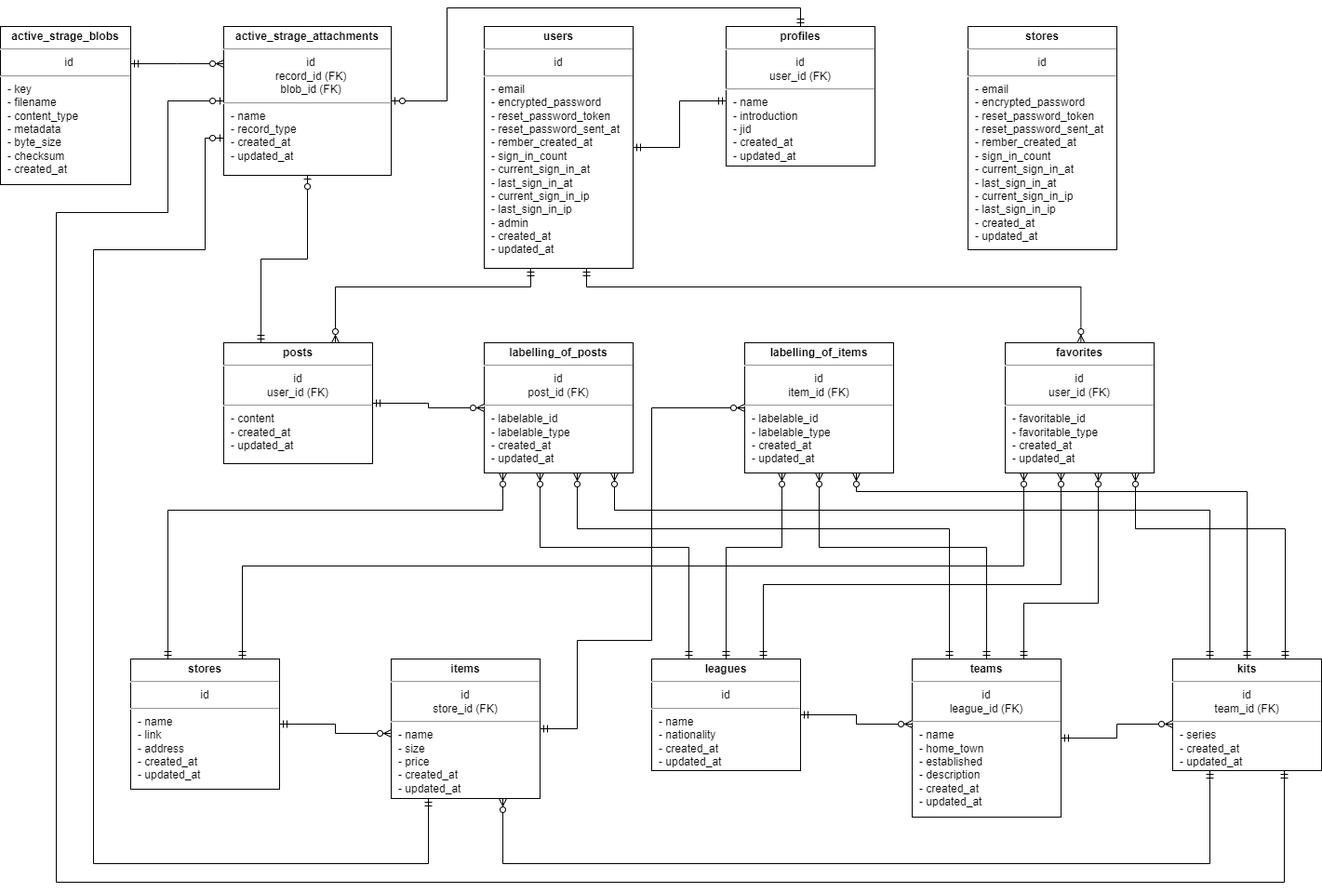
taiki-naya/App_01 keeps this draw.io diagram as docs/ERD.png. Above is the earlier version. Source tidied: cells renumbered, new cells last; positions are measured from the earlier drawing's top-left corner, leaving out a move shared by most shapes.
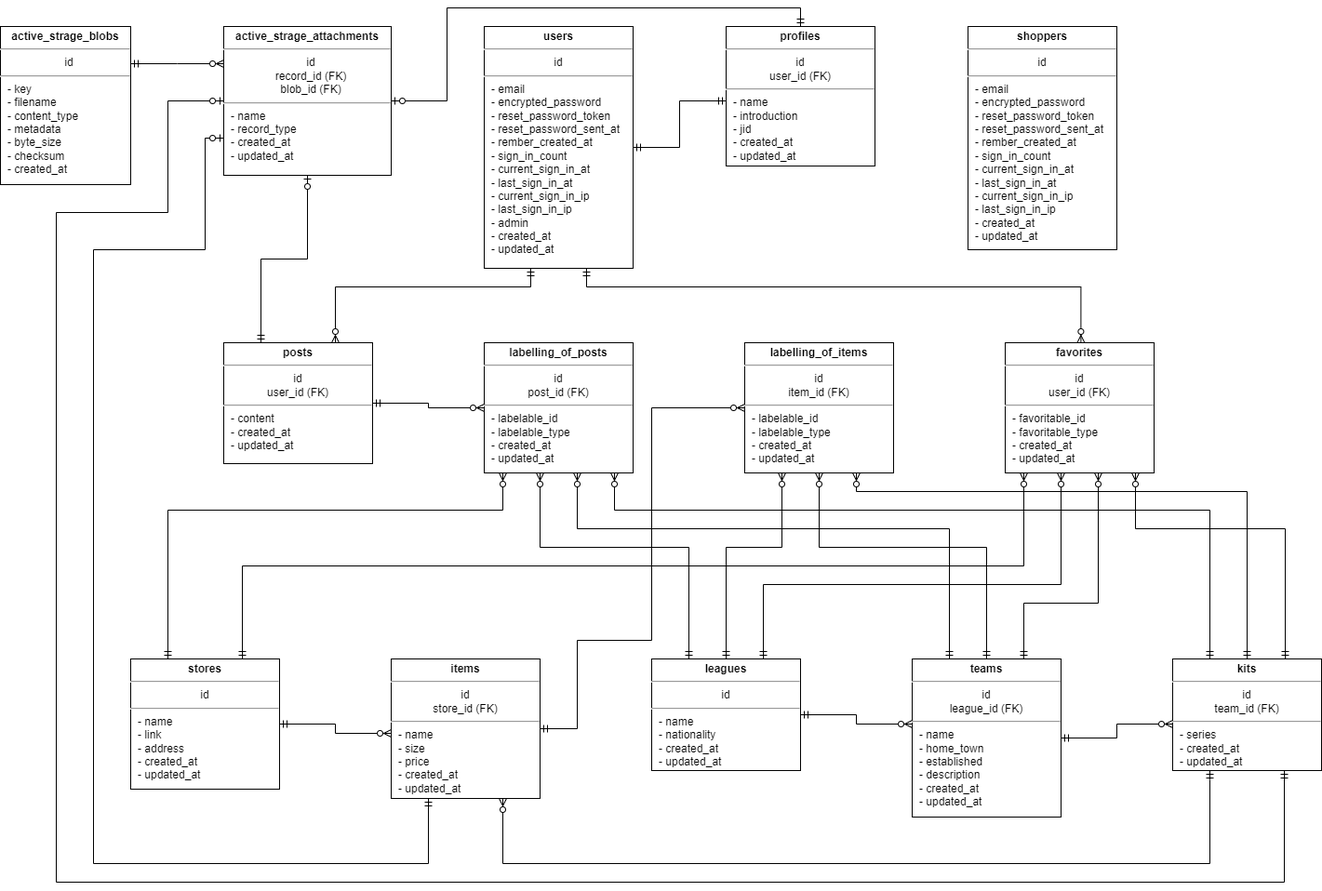
Above is the later version.

Change to the diagram source:
```diff
@@ -74,7 +74,7 @@
     <mxCell id="11" value="&lt;p style=&quot;margin: 4px 0px 0px ; text-align: center&quot;&gt;&lt;b&gt;users&lt;/b&gt;&lt;/p&gt;&lt;hr&gt;&lt;div style=&quot;text-align: center&quot;&gt;&lt;span style=&quot;font-size: 12px&quot;&gt;id&lt;/span&gt;&lt;/div&gt;&lt;hr&gt;&lt;p style=&quot;margin: 0px ; margin-left: 8px&quot;&gt;- email&lt;/p&gt;&lt;p style=&quot;margin: 0px ; margin-left: 8px&quot;&gt;- encrypted_password&lt;/p&gt;&lt;p style=&quot;margin: 0px ; margin-left: 8px&quot;&gt;- reset_password_token&lt;/p&gt;&lt;p style=&quot;margin: 0px ; margin-left: 8px&quot;&gt;- reset_password_sent_at&lt;/p&gt;&lt;p style=&quot;margin: 0px ; margin-left: 8px&quot;&gt;- rember_created_at&lt;/p&gt;&lt;p style=&quot;margin: 0px ; margin-left: 8px&quot;&gt;- sign_in_count&lt;/p&gt;&lt;p style=&quot;margin: 0px ; margin-left: 8px&quot;&gt;- current_sign_in_at&lt;/p&gt;&lt;p style=&quot;margin: 0px ; margin-left: 8px&quot;&gt;- last_sign_in_at&lt;/p&gt;&lt;p style=&quot;margin: 0px ; margin-left: 8px&quot;&gt;- current_sign_in_ip&lt;/p&gt;&lt;p style=&quot;margin: 0px ; margin-left: 8px&quot;&gt;- last_sign_in_ip&lt;/p&gt;&lt;p style=&quot;margin: 0px ; margin-left: 8px&quot;&gt;- admin&lt;/p&gt;&lt;p style=&quot;margin: 0px ; margin-left: 8px&quot;&gt;- created_at&lt;/p&gt;&lt;p style=&quot;margin: 0px ; margin-left: 8px&quot;&gt;- updated_at&lt;/p&gt;" style="verticalAlign=top;align=left;overflow=fill;fontSize=12;fontFamily=Helvetica;html=1;" parent="1" vertex="1">
       <mxGeometry x="520" y="20" width="160" height="260" as="geometry" />
     </mxCell>
-    <mxCell id="12" value="&lt;p style=&quot;margin: 4px 0px 0px ; text-align: center&quot;&gt;&lt;b&gt;stores&lt;/b&gt;&lt;/p&gt;&lt;hr&gt;&lt;div style=&quot;text-align: center&quot;&gt;&lt;span style=&quot;font-size: 12px&quot;&gt;id&lt;/span&gt;&lt;/div&gt;&lt;hr&gt;&lt;p style=&quot;margin: 0px ; margin-left: 8px&quot;&gt;- email&lt;/p&gt;&lt;p style=&quot;margin: 0px ; margin-left: 8px&quot;&gt;- encrypted_password&lt;/p&gt;&lt;p style=&quot;margin: 0px ; margin-left: 8px&quot;&gt;- reset_password_token&lt;/p&gt;&lt;p style=&quot;margin: 0px ; margin-left: 8px&quot;&gt;- reset_password_sent_at&lt;/p&gt;&lt;p style=&quot;margin: 0px ; margin-left: 8px&quot;&gt;- rember_created_at&lt;/p&gt;&lt;p style=&quot;margin: 0px ; margin-left: 8px&quot;&gt;- sign_in_count&lt;/p&gt;&lt;p style=&quot;margin: 0px ; margin-left: 8px&quot;&gt;- current_sign_in_at&lt;/p&gt;&lt;p style=&quot;margin: 0px ; margin-left: 8px&quot;&gt;- last_sign_in_at&lt;/p&gt;&lt;p style=&quot;margin: 0px ; margin-left: 8px&quot;&gt;- current_sign_in_ip&lt;/p&gt;&lt;p style=&quot;margin: 0px ; margin-left: 8px&quot;&gt;- last_sign_in_ip&lt;/p&gt;&lt;p style=&quot;margin: 0px ; margin-left: 8px&quot;&gt;- created_at&lt;/p&gt;&lt;p style=&quot;margin: 0px ; margin-left: 8px&quot;&gt;- updated_at&lt;/p&gt;" style="verticalAlign=top;align=left;overflow=fill;fontSize=12;fontFamily=Helvetica;html=1;" parent="1" vertex="1">
+    <mxCell id="12" value="&lt;p style=&quot;margin: 4px 0px 0px ; text-align: center&quot;&gt;&lt;b&gt;shoppers&lt;/b&gt;&lt;/p&gt;&lt;hr&gt;&lt;div style=&quot;text-align: center&quot;&gt;&lt;span style=&quot;font-size: 12px&quot;&gt;id&lt;/span&gt;&lt;/div&gt;&lt;hr&gt;&lt;p style=&quot;margin: 0px ; margin-left: 8px&quot;&gt;- email&lt;/p&gt;&lt;p style=&quot;margin: 0px ; margin-left: 8px&quot;&gt;- encrypted_password&lt;/p&gt;&lt;p style=&quot;margin: 0px ; margin-left: 8px&quot;&gt;- reset_password_token&lt;/p&gt;&lt;p style=&quot;margin: 0px ; margin-left: 8px&quot;&gt;- reset_password_sent_at&lt;/p&gt;&lt;p style=&quot;margin: 0px ; margin-left: 8px&quot;&gt;- rember_created_at&lt;/p&gt;&lt;p style=&quot;margin: 0px ; margin-left: 8px&quot;&gt;- sign_in_count&lt;/p&gt;&lt;p style=&quot;margin: 0px ; margin-left: 8px&quot;&gt;- current_sign_in_at&lt;/p&gt;&lt;p style=&quot;margin: 0px ; margin-left: 8px&quot;&gt;- last_sign_in_at&lt;/p&gt;&lt;p style=&quot;margin: 0px ; margin-left: 8px&quot;&gt;- current_sign_in_ip&lt;/p&gt;&lt;p style=&quot;margin: 0px ; margin-left: 8px&quot;&gt;- last_sign_in_ip&lt;/p&gt;&lt;p style=&quot;margin: 0px ; margin-left: 8px&quot;&gt;- created_at&lt;/p&gt;&lt;p style=&quot;margin: 0px ; margin-left: 8px&quot;&gt;- updated_at&lt;/p&gt;" style="verticalAlign=top;align=left;overflow=fill;fontSize=12;fontFamily=Helvetica;html=1;" parent="1" vertex="1">
       <mxGeometry x="1040" y="20" width="160" height="240" as="geometry" />
     </mxCell>
     <mxCell id="13" value="&lt;p style=&quot;margin: 4px 0px 0px ; text-align: center&quot;&gt;&lt;b&gt;profiles&lt;/b&gt;&lt;/p&gt;&lt;hr&gt;&lt;div style=&quot;text-align: center&quot;&gt;&lt;span style=&quot;font-size: 12px&quot;&gt;id&lt;/span&gt;&lt;/div&gt;&lt;div style=&quot;text-align: center&quot;&gt;&lt;span style=&quot;font-size: 12px&quot;&gt;user_id (FK)&lt;/span&gt;&lt;/div&gt;&lt;hr&gt;&lt;p style=&quot;margin: 0px ; margin-left: 8px&quot;&gt;- name&lt;/p&gt;&lt;p style=&quot;margin: 0px ; margin-left: 8px&quot;&gt;- introduction&lt;/p&gt;&lt;p style=&quot;margin: 0px ; margin-left: 8px&quot;&gt;- jid&lt;/p&gt;&lt;p style=&quot;margin: 0px ; margin-left: 8px&quot;&gt;- created_at&lt;/p&gt;&lt;p style=&quot;margin: 0px ; margin-left: 8px&quot;&gt;- updated_at&lt;/p&gt;" style="verticalAlign=top;align=left;overflow=fill;fontSize=12;fontFamily=Helvetica;html=1;" parent="1" vertex="1">
```
